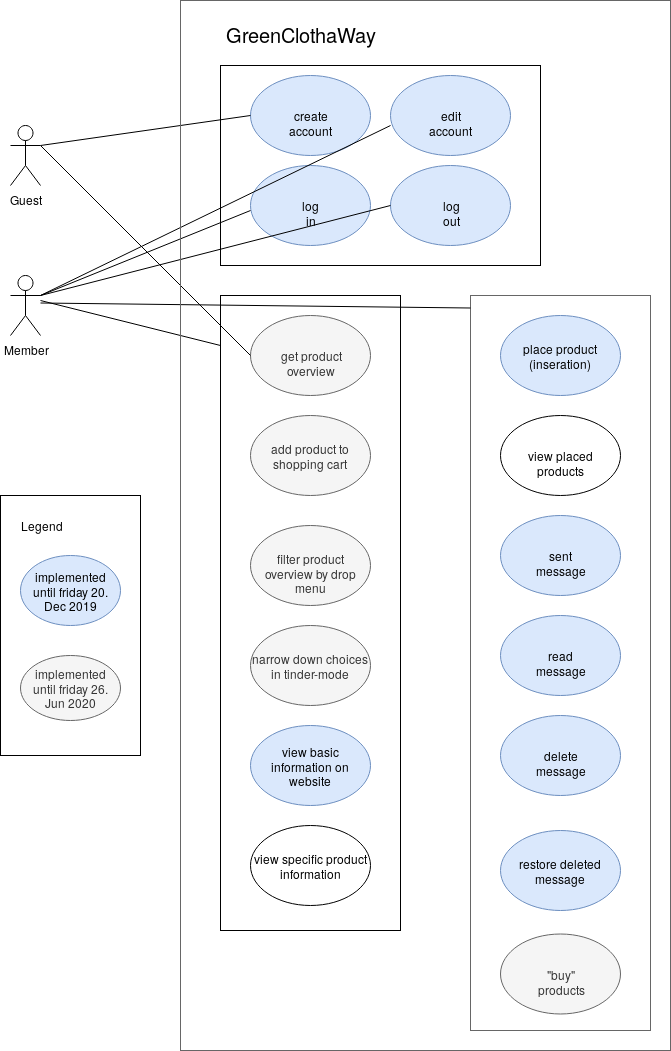
enrikb/Website keeps this draw.io diagram as doc/GCW_UML.png. Above is the earlier version. Source tidied: cells renumbered, new cells last; positions are measured from the earlier drawing's top-left corner, leaving out a move shared by most shapes.
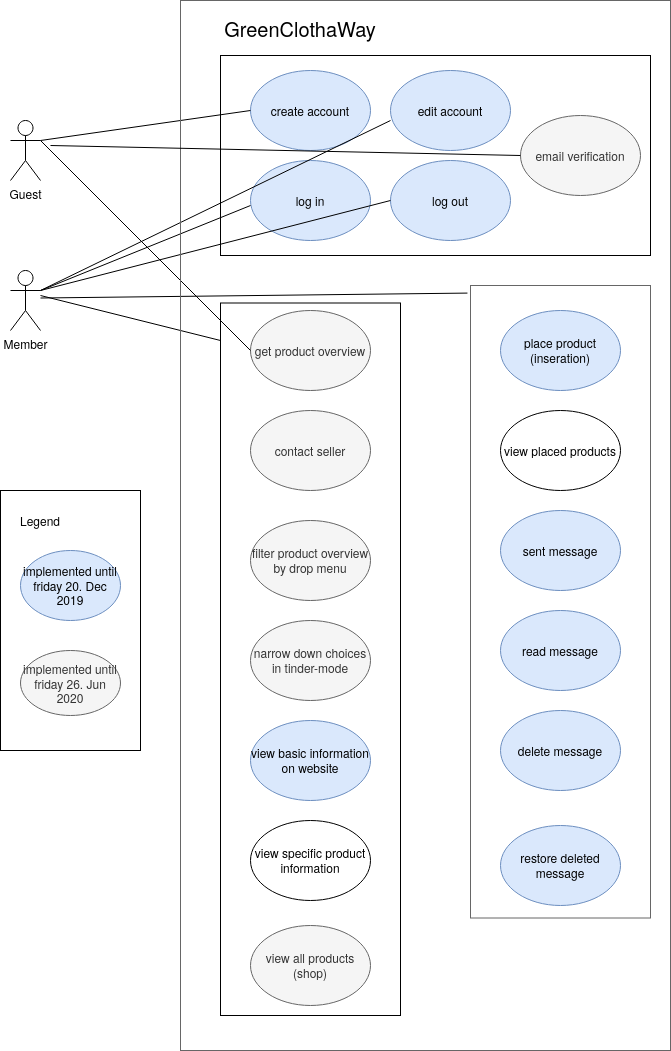
The same diagram one commit later.

Commit message:
^GCW-46 work Documentation 20m wrote stuff and updatet overall usecase diagram

The edit, as a diff of the source:
```diff
@@ -21,7 +21,7 @@
       <mxGeometry x="390" y="165" width="120" height="80" as="geometry" />
     </mxCell>
     <mxCell id="8" style="rounded=0;whiteSpace=wrap;html=1;gradientColor=none;fillColor=none;" parent="1" vertex="1">
-      <mxGeometry x="220" y="65" width="320" height="200" as="geometry" />
+      <mxGeometry x="220" y="60" width="430" height="200" as="geometry" />
     </mxCell>
     <mxCell id="9" value="get product overview" style="ellipse;whiteSpace=wrap;html=1;fillColor=#f5f5f5;strokeColor=#666666;fontColor=#333333;" parent="1" vertex="1">
       <mxGeometry x="250" y="315" width="120" height="80" as="geometry" />
@@ -29,20 +29,17 @@
     <mxCell id="10" value="place product (inseration)" style="ellipse;whiteSpace=wrap;html=1;fillColor=#dae8fc;strokeColor=#6c8ebf;" parent="1" vertex="1">
       <mxGeometry x="500" y="315" width="120" height="80" as="geometry" />
     </mxCell>
-    <mxCell id="11" value="&quot;buy&quot; products" style="ellipse;whiteSpace=wrap;html=1;fillColor=#f5f5f5;strokeColor=#666666;fontColor=#333333;" parent="1" vertex="1">
-      <mxGeometry x="500" y="933.5" width="120" height="80" as="geometry" />
-    </mxCell>
-    <mxCell id="12" value="add product to shopping cart" style="ellipse;whiteSpace=wrap;html=1;fillColor=#f5f5f5;strokeColor=#666666;fontColor=#333333;" parent="1" vertex="1">
+    <mxCell id="12" value="&lt;div&gt;contact seller&lt;/div&gt;" style="ellipse;whiteSpace=wrap;html=1;fillColor=#f5f5f5;strokeColor=#666666;fontColor=#333333;" parent="1" vertex="1">
       <mxGeometry x="250" y="415" width="120" height="80" as="geometry" />
     </mxCell>
     <mxCell id="13" value="read message" style="ellipse;whiteSpace=wrap;html=1;fillColor=#dae8fc;strokeColor=#6c8ebf;" parent="1" vertex="1">
       <mxGeometry x="500" y="615" width="120" height="80" as="geometry" />
     </mxCell>
     <mxCell id="14" style="rounded=0;whiteSpace=wrap;html=1;fillColor=none;gradientColor=none;" parent="1" vertex="1">
-      <mxGeometry x="220" y="295" width="180" height="635" as="geometry" />
+      <mxGeometry x="220" y="307.5" width="180" height="712.5" as="geometry" />
     </mxCell>
     <mxCell id="15" style="rounded=0;whiteSpace=wrap;html=1;fillColor=none;strokeColor=#666666;fontColor=#333333;" parent="1" vertex="1">
-      <mxGeometry x="470" y="295" width="180" height="735" as="geometry" />
+      <mxGeometry x="470" y="290" width="180" height="632.5" as="geometry" />
     </mxCell>
     <mxCell id="16" value="filter product overview by drop menu" style="ellipse;whiteSpace=wrap;html=1;fillColor=#f5f5f5;strokeColor=#666666;fontColor=#333333;" parent="1" vertex="1">
       <mxGeometry x="250" y="525" width="120" height="80" as="geometry" />
@@ -96,10 +93,9 @@
         <mxPoint x="390" y="205" as="targetPoint" />
       </mxGeometry>
     </mxCell>
-    <mxCell id="30" style="endArrow=none;html=1;" parent="1" edge="1">
+    <mxCell id="30" style="endArrow=none;html=1;entryX=-0.017;entryY=0.012;entryDx=0;entryDy=0;entryPerimeter=0;" parent="1" edge="1" target="15">
       <mxGeometry relative="1" as="geometry">
         <mxPoint x="40" y="302.5" as="sourcePoint" />
-        <mxPoint x="470" y="307.5" as="targetPoint" />
       </mxGeometry>
     </mxCell>
     <mxCell id="31" style="endArrow=none;html=1;" parent="1" edge="1">
@@ -121,7 +117,18 @@
       <mxGeometry x="500" y="415" width="120" height="80" as="geometry" />
     </mxCell>
     <mxCell id="36" style="rounded=0;whiteSpace=wrap;html=1;fillColor=none;strokeColor=#666666;fontColor=#333333;" parent="1" vertex="1">
-      <mxGeometry x="180" width="490" height="1050" as="geometry" />
+      <mxGeometry x="180" y="5" width="490" height="1050" as="geometry" />
     </mxCell>
+    <mxCell id="37" value="view all products (shop)" style="ellipse;whiteSpace=wrap;html=1;fillColor=#f5f5f5;strokeColor=#666666;fontColor=#333333;" parent="1" vertex="1">
+      <mxGeometry x="250" y="930" width="120" height="80" as="geometry" />
+    </mxCell>
+    <mxCell id="38" value="email verification" style="ellipse;whiteSpace=wrap;html=1;fillColor=#f5f5f5;strokeColor=#666666;fontColor=#333333;" parent="1" vertex="1">
+      <mxGeometry x="520" y="120" width="120" height="80" as="geometry" />
+    </mxCell>
+    <mxCell id="39" style="endArrow=none;html=1;entryX=0;entryY=0.5;entryDx=0;entryDy=0;" parent="1" edge="1" target="38">
+      <mxGeometry relative="1" as="geometry">
+        <mxPoint x="50" y="150" as="sourcePoint" />
+      </mxGeometry>
+    </mxCell>
   </root>
 </mxGraphModel>
```
